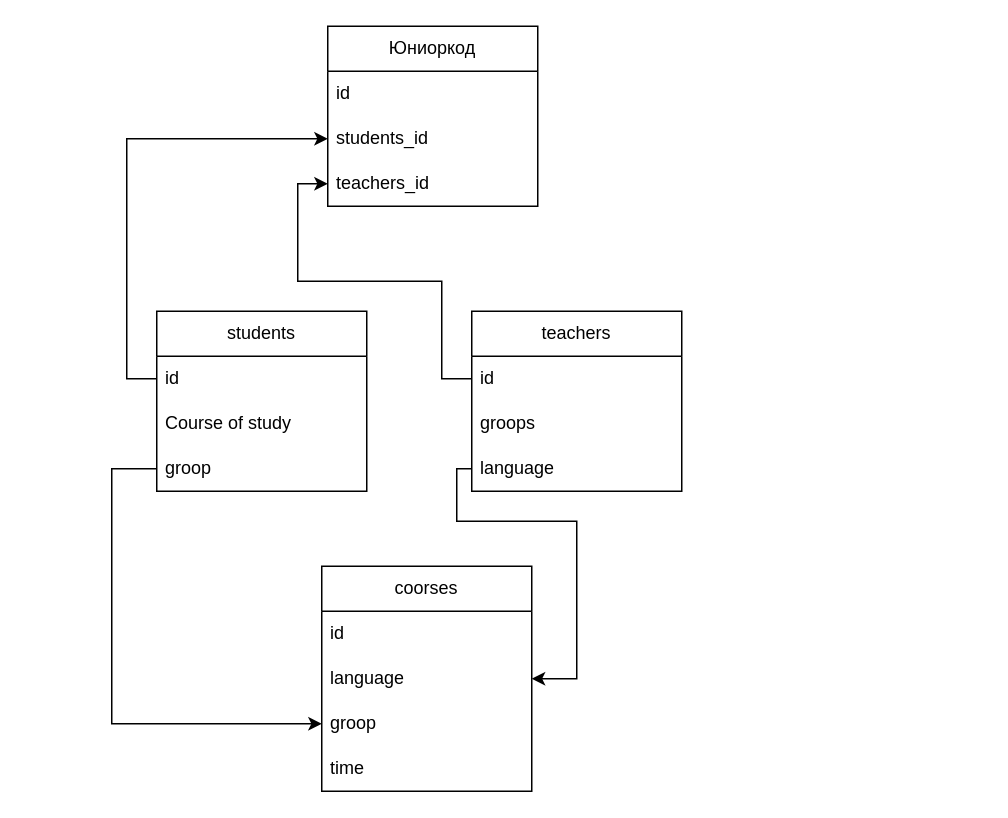
Earlier version of the draw.io diagram Диаграмма без названия.drawio (Zakharrrrr/dzhay). Source tidied: cells renumbered, new cells numbered last; positions are measured from the earlier drawing's top-left corner, leaving out a move shared by most shapes. Both pictures are drawn from the tidied source at 150%, with x=0, y=0 at pixel (111, 26).
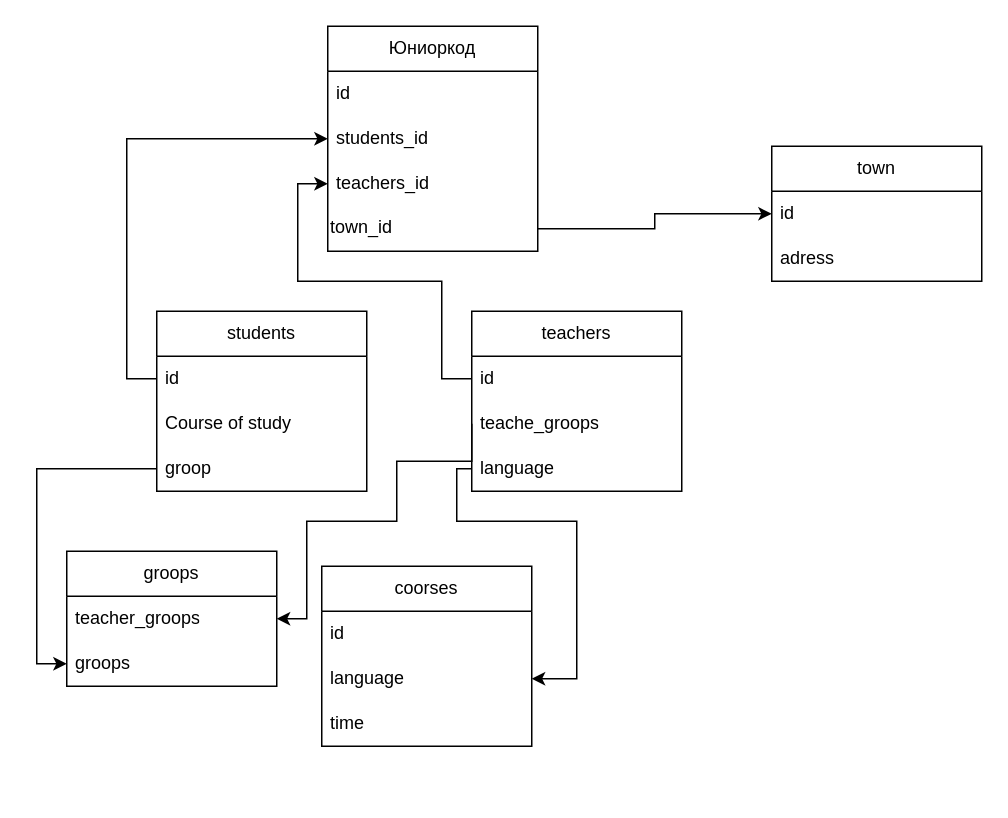
Above is the later version.

Unchanged cells that the change refers to:
```xml
<mxCell id="9" value="groop" style="text;strokeColor=none;fillColor=none;align=left;verticalAlign=middle;spacingLeft=4;spacingRight=4;overflow=hidden;points=[[0,0.5],[1,0.5]];portConstraint=eastwest;whiteSpace=wrap;html=1;" parent="6" vertex="1">
  <mxGeometry y="90" width="140" height="30" as="geometry" />
</mxCell>
<mxCell id="10" value="teachers" style="swimlane;fontStyle=0;horizontal=1;startSize=30;whiteSpace=wrap;html=1;" parent="1" vertex="1">
  <mxGeometry x="240" y="190" width="140" height="120" as="geometry" />
</mxCell>
```

Diff of the diagram source:
```diff
@@
     <mxCell id="2" value="Юниоркод" style="swimlane;fontStyle=0;horizontal=1;startSize=30;whiteSpace=wrap;html=1;" parent="1" vertex="1">
-      <mxGeometry x="144" width="140" height="120" as="geometry" />
+      <mxGeometry x="144" width="140" height="150" as="geometry" />
     </mxCell>
@@
+    <mxCell id="23" value="town_id" style="text;whiteSpace=wrap;html=1;" parent="2" vertex="1">
+      <mxGeometry y="120" width="140" height="30" as="geometry" />
+    </mxCell>
@@
-    <mxCell id="12" value="groops" style="text;strokeColor=none;fillColor=none;align=left;verticalAlign=middle;spacingLeft=4;spacingRight=4;overflow=hidden;points=[[0,0.5],[1,0.5]];portConstraint=eastwest;whiteSpace=wrap;html=1;" parent="10" vertex="1">
+    <mxCell id="12" value="teache_&lt;span style=&quot;background-color: initial;&quot;&gt;groops&lt;/span&gt;" style="text;strokeColor=none;fillColor=none;align=left;verticalAlign=middle;spacingLeft=4;spacingRight=4;overflow=hidden;points=[[0,0.5],[1,0.5]];portConstraint=eastwest;whiteSpace=wrap;html=1;" parent="10" vertex="1">
       <mxGeometry y="60" width="140" height="30" as="geometry" />
     </mxCell>
@@
     <mxCell id="16" value="coorses" style="swimlane;fontStyle=0;horizontal=1;startSize=30;whiteSpace=wrap;html=1;" parent="1" vertex="1">
-      <mxGeometry x="140" y="360" width="140" height="150" as="geometry" />
+      <mxGeometry x="140" y="360" width="140" height="120" as="geometry" />
     </mxCell>
@@
-    <mxCell id="19" value="groop" style="text;strokeColor=none;fillColor=none;align=left;verticalAlign=middle;spacingLeft=4;spacingRight=4;overflow=hidden;points=[[0,0.5],[1,0.5]];portConstraint=eastwest;whiteSpace=wrap;html=1;" parent="16" vertex="1">
-      <mxGeometry y="90" width="140" height="30" as="geometry" />
-    </mxCell>
     <mxCell id="20" value="time" style="text;strokeColor=none;fillColor=none;align=left;verticalAlign=middle;spacingLeft=4;spacingRight=4;overflow=hidden;whiteSpace=wrap;html=1;" parent="16" vertex="1">
-      <mxGeometry y="120" width="140" height="30" as="geometry" />
+      <mxGeometry y="90" width="140" height="30" as="geometry" />
     </mxCell>
-    <mxCell id="21" style="edgeStyle=orthogonalEdgeStyle;rounded=0;jettySize=auto;html=1;entryX=0;entryY=0.5;entryDx=0;entryDy=0;" parent="1" edge="1" source="9" target="19">
-      <mxGeometry relative="1" as="geometry">
-        <Array as="points">
-          <mxPoint y="295" />
-          <mxPoint y="465" />
-        </Array>
-      </mxGeometry>
-    </mxCell>
@@
+    <mxCell id="24" value="town" style="swimlane;fontStyle=0;horizontal=1;startSize=30;whiteSpace=wrap;html=1;" parent="1" vertex="1">
+      <mxGeometry x="440" y="80" width="140" height="90" as="geometry" />
+    </mxCell>
+    <mxCell id="25" value="id" style="text;strokeColor=none;fillColor=none;align=left;verticalAlign=middle;spacingLeft=4;spacingRight=4;overflow=hidden;points=[[0,0.5],[1,0.5]];portConstraint=eastwest;whiteSpace=wrap;html=1;" parent="24" vertex="1">
+      <mxGeometry y="30" width="140" height="30" as="geometry" />
+    </mxCell>
+    <mxCell id="26" value="adress" style="text;strokeColor=none;fillColor=none;align=left;verticalAlign=middle;spacingLeft=4;spacingRight=4;overflow=hidden;whiteSpace=wrap;html=1;" parent="24" vertex="1">
+      <mxGeometry y="60" width="140" height="30" as="geometry" />
+    </mxCell>
+    <mxCell id="27" style="edgeStyle=orthogonalEdgeStyle;rounded=0;jettySize=auto;html=1;exitX=1;exitY=0.5;exitDx=0;exitDy=0;entryX=0;entryY=0.5;entryDx=0;entryDy=0;" parent="1" edge="1" source="23" target="25">
+      <mxGeometry relative="1" as="geometry" />
+    </mxCell>
+    <mxCell id="28" value="groops" style="swimlane;fontStyle=0;horizontal=1;startSize=30;whiteSpace=wrap;html=1;" parent="1" vertex="1">
+      <mxGeometry x="-30" y="350" width="140" height="90" as="geometry" />
+    </mxCell>
+    <mxCell id="29" value="teacher_groops" style="text;strokeColor=none;fillColor=none;align=left;verticalAlign=middle;spacingLeft=4;spacingRight=4;overflow=hidden;points=[[0,0.5],[1,0.5]];portConstraint=eastwest;whiteSpace=wrap;html=1;" parent="28" vertex="1">
+      <mxGeometry y="30" width="140" height="30" as="geometry" />
+    </mxCell>
+    <mxCell id="30" value="groops" style="text;strokeColor=none;fillColor=none;align=left;verticalAlign=middle;spacingLeft=4;spacingRight=4;overflow=hidden;points=[[0,0.5],[1,0.5]];portConstraint=eastwest;whiteSpace=wrap;html=1;" parent="28" vertex="1">
+      <mxGeometry y="60" width="140" height="30" as="geometry" />
+    </mxCell>
+    <mxCell id="31" style="edgeStyle=orthogonalEdgeStyle;rounded=0;jettySize=auto;html=1;exitX=0;exitY=0.5;exitDx=0;exitDy=0;entryX=1;entryY=0.5;entryDx=0;entryDy=0;" parent="1" edge="1" source="12" target="29">
+      <mxGeometry relative="1" as="geometry">
+        <Array as="points">
+          <mxPoint x="240" y="290" />
+          <mxPoint x="190" y="290" />
+          <mxPoint x="190" y="330" />
+          <mxPoint x="130" y="330" />
+          <mxPoint x="130" y="395" />
+        </Array>
+      </mxGeometry>
+    </mxCell>
+    <mxCell id="32" style="edgeStyle=orthogonalEdgeStyle;rounded=0;jettySize=auto;html=1;exitX=0;exitY=0.5;exitDx=0;exitDy=0;entryX=0;entryY=0.5;entryDx=0;entryDy=0;" parent="1" edge="1" source="9" target="30">
+      <mxGeometry relative="1" as="geometry" />
+    </mxCell>
```
